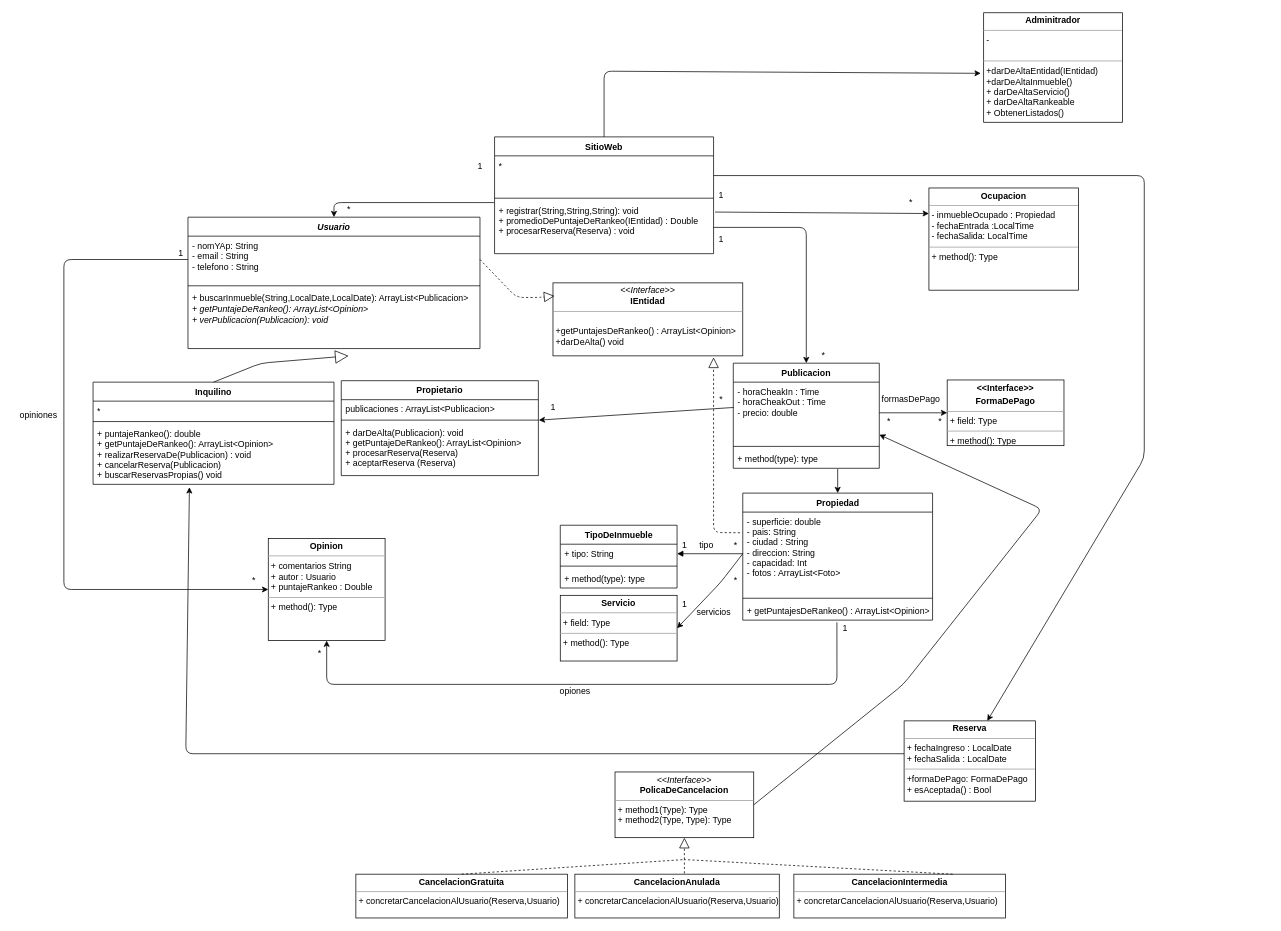
The draw.io diagram UML1.drawio in Nahuel-P/unqui-po2-alquileres-temporales, before the edit. Source tidied: cells renumbered, new cells numbered last; positions are measured from the earlier drawing's top-left corner, leaving out a move shared by most shapes. Both pictures are drawn from the tidied source at 73%, with x=0, y=0 at pixel (12, 12).
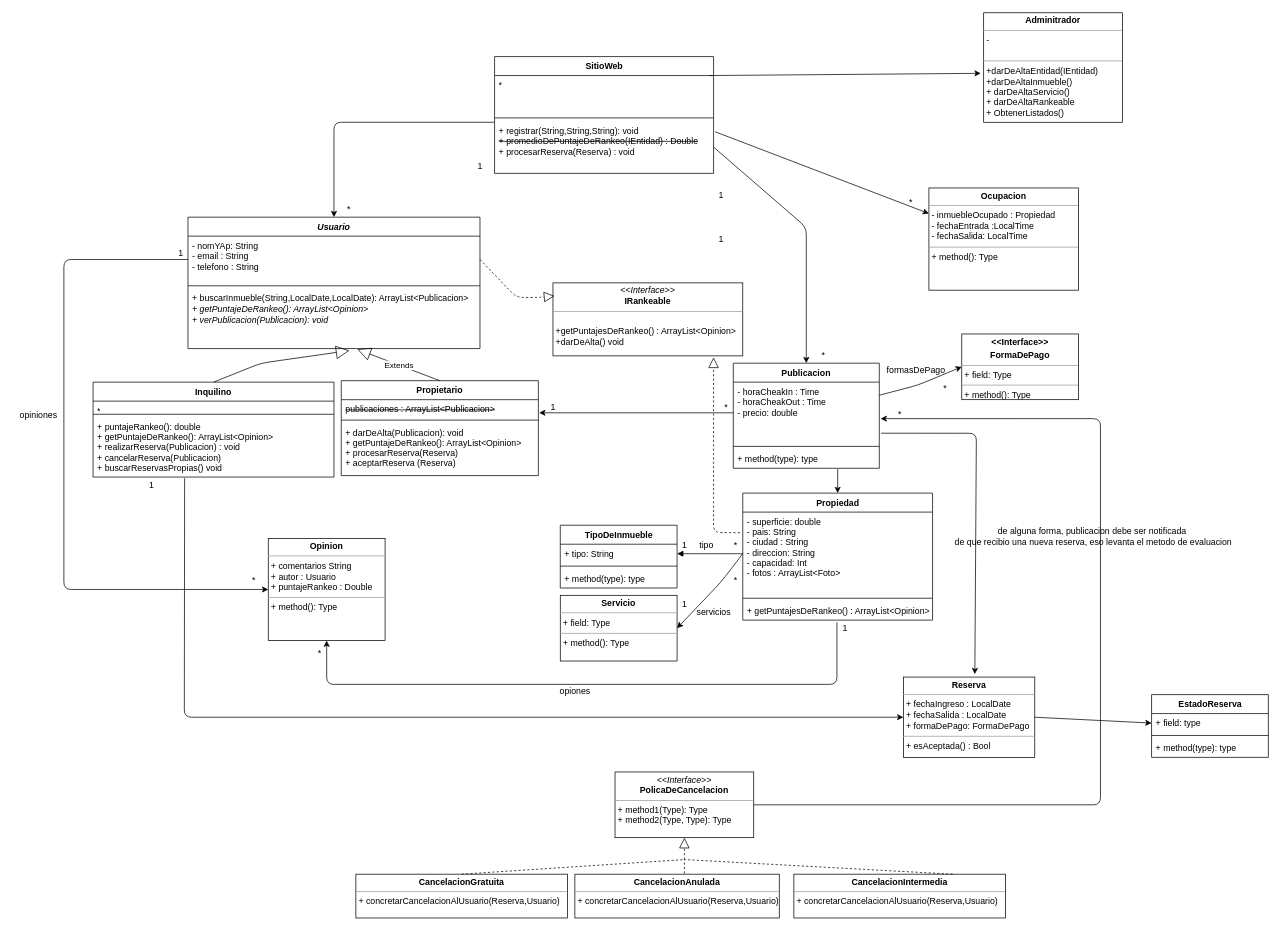
After the change.

Commit message:
Actualizacion UML

The change refers to these unchanged cells:
```xml
<mxCell id="2" value="Usuario" style="swimlane;fontStyle=3;align=center;verticalAlign=top;horizontal=1;startSize=26;" parent="1" vertex="1">
  <mxGeometry x="240" y="280" width="400" height="180" as="geometry" />
</mxCell>
<mxCell id="5" value="+ buscarInmueble(String,LocalDate,LocalDate): ArrayList&amp;lt;Publicacion&amp;gt;&lt;br&gt;&lt;i&gt;+ getPuntajeDeRankeo(): ArrayList&amp;lt;Opinion&amp;gt;&lt;br&gt;+ verPublicacion(Publicacion): void&lt;br&gt;&lt;br&gt;&lt;/i&gt;" style="text;strokeColor=none;fillColor=none;align=left;verticalAlign=top;spacingLeft=4;spacingRight=4;overflow=hidden;points=[[0,0.5],[1,0.5]];portConstraint=eastwest;html=1;" parent="2" vertex="1">
  <mxGeometry y="98" width="400" height="82" as="geometry" />
</mxCell>
<mxCell id="6" value="Propietario" style="swimlane;fontStyle=1;align=center;verticalAlign=top;horizontal=1;startSize=26;" parent="1" vertex="1">
  <mxGeometry x="450" y="504" width="270" height="130" as="geometry" />
</mxCell>
<mxCell id="8" style="line;strokeWidth=1;fillColor=none;align=left;verticalAlign=middle;spacingTop=-1;spacingLeft=3;spacingRight=3;labelPosition=right;points=[];portConstraint=eastwest;" parent="6" vertex="1">
  <mxGeometry y="50" width="270" height="8" as="geometry" />
</mxCell>
<mxCell id="15" value="- horaCheakIn : Time&amp;nbsp;&lt;br&gt;- horaCheakOut : Time&lt;br&gt;- precio: double" style="text;strokeColor=none;fillColor=none;align=left;verticalAlign=top;spacingLeft=4;spacingRight=4;overflow=hidden;points=[[0,0.5],[1,0.5]];portConstraint=eastwest;html=1;" parent="14" vertex="1">
  <mxGeometry y="26" width="200" height="84" as="geometry" />
</mxCell>
<mxCell id="19" value="*" style="text;strokeColor=none;fillColor=none;align=left;verticalAlign=top;spacingLeft=4;spacingRight=4;overflow=hidden;points=[[0,0.5],[1,0.5]];portConstraint=eastwest;html=1;" parent="18" vertex="1">
  <mxGeometry y="26" width="300" height="54" as="geometry" />
</mxCell>
<mxCell id="74" value="&lt;p style=&quot;margin: 0px ; margin-top: 4px ; text-align: center&quot;&gt;&lt;b&gt;Adminitrador&lt;/b&gt;&lt;/p&gt;&lt;hr size=&quot;1&quot;&gt;&lt;p style=&quot;margin: 0px ; margin-left: 4px&quot;&gt;-&lt;/p&gt;&lt;p style=&quot;margin: 0px ; margin-left: 4px&quot;&gt;&lt;br&gt;&lt;/p&gt;&lt;hr size=&quot;1&quot;&gt;&lt;p style=&quot;margin: 0px 0px 0px 4px&quot;&gt;+darDeAltaEntidad(IEntidad)&lt;br&gt;+darDeAltaInmueble()&lt;/p&gt;&lt;p style=&quot;margin: 0px 0px 0px 4px&quot;&gt;+ darDeAltaServicio()&lt;/p&gt;&lt;p style=&quot;margin: 0px 0px 0px 4px&quot;&gt;+ darDeAltaRankeable&lt;/p&gt;&lt;p style=&quot;margin: 0px 0px 0px 4px&quot;&gt;+ ObtenerListados()&lt;/p&gt;" style="verticalAlign=top;align=left;overflow=fill;fontSize=12;fontFamily=Helvetica;html=1;" parent="1" vertex="1">
  <mxGeometry x="1330" width="190" height="150" as="geometry" />
</mxCell>
<mxCell id="76" value="&lt;p style=&quot;margin: 0px ; margin-top: 4px ; text-align: center&quot;&gt;&lt;i&gt;&amp;lt;&amp;lt;Interface&amp;gt;&amp;gt;&lt;/i&gt;&lt;br&gt;&lt;b&gt;PolicaDeCancelacion&lt;/b&gt;&lt;/p&gt;&lt;hr size=&quot;1&quot;&gt;&lt;p style=&quot;margin: 0px ; margin-left: 4px&quot;&gt;&lt;span&gt;+ method1(Type): Type&lt;/span&gt;&lt;br&gt;&lt;/p&gt;&lt;p style=&quot;margin: 0px ; margin-left: 4px&quot;&gt;+ method2(Type, Type): Type&lt;/p&gt;" style="verticalAlign=top;align=left;overflow=fill;fontSize=12;fontFamily=Helvetica;html=1;" parent="1" vertex="1">
  <mxGeometry x="825" y="1040" width="190" height="90" as="geometry" />
</mxCell>
```

Change to the diagram source:
```diff
@@
-    <mxCell id="7" value="publicaciones : ArrayList&amp;lt;Publicacion&amp;gt;" style="text;strokeColor=none;fillColor=none;align=left;verticalAlign=top;spacingLeft=4;spacingRight=4;overflow=hidden;html=1;" parent="6" vertex="1">
+    <mxCell id="7" value="&lt;strike&gt;publicaciones : ArrayList&amp;lt;Publicacion&amp;gt;&lt;/strike&gt;" style="text;strokeColor=none;fillColor=none;align=left;verticalAlign=top;spacingLeft=4;spacingRight=4;overflow=hidden;html=1;" parent="6" vertex="1">
       <mxGeometry y="26" width="270" height="24" as="geometry" />
     </mxCell>
@@
     <mxCell id="10" value="Inquilino" style="swimlane;fontStyle=1;align=center;verticalAlign=top;horizontal=1;startSize=26;" parent="1" vertex="1">
-      <mxGeometry x="110" y="506" width="330" height="140" as="geometry" />
+      <mxGeometry x="110" y="506" width="330" height="130" as="geometry" />
     </mxCell>
     <mxCell id="11" value="*" style="text;strokeColor=none;fillColor=none;align=left;verticalAlign=top;spacingLeft=4;spacingRight=4;overflow=hidden;html=1;" parent="10" vertex="1">
-      <mxGeometry y="26" width="330" height="24" as="geometry" />
+      <mxGeometry y="26" width="330" height="14" as="geometry" />
     </mxCell>
     <mxCell id="12" style="line;strokeWidth=1;fillColor=none;align=left;verticalAlign=middle;spacingTop=-1;spacingLeft=3;spacingRight=3;labelPosition=right;" parent="10" vertex="1">
-      <mxGeometry y="50" width="330" height="8" as="geometry" />
+      <mxGeometry y="40" width="330" height="8" as="geometry" />
     </mxCell>
-    <mxCell id="13" value="+ puntajeRankeo(): double&#10;+ getPuntajeDeRankeo(): ArrayList&lt;Opinion&gt;&#10;+ realizarReservaDe(Publicacion) : void&#10;+ cancelarReserva(Publicacion)&#10;+ buscarReservasPropias() void " style="text;strokeColor=none;fillColor=none;align=left;verticalAlign=top;spacingLeft=4;spacingRight=4;overflow=hidden;points=[[0,0.5],[1,0.5]];portConstraint=eastwest;" parent="10" vertex="1">
-      <mxGeometry y="58" width="330" height="82" as="geometry" />
+    <mxCell id="13" value="+ puntajeRankeo(): double&#10;+ getPuntajeDeRankeo(): ArrayList&lt;Opinion&gt;&#10;+ realizarReserva(Publicacion) : void&#10;+ cancelarReserva(Publicacion)&#10;+ buscarReservasPropias() void " style="text;strokeColor=none;fillColor=none;align=left;verticalAlign=top;spacingLeft=4;spacingRight=4;overflow=hidden;points=[[0,0.5],[1,0.5]];portConstraint=eastwest;" parent="10" vertex="1">
+      <mxGeometry y="48" width="330" height="82" as="geometry" />
     </mxCell>
@@
-    <mxCell id="18" value="SitioWeb" style="swimlane;fontStyle=1;align=center;verticalAlign=top;horizontal=1;startSize=26;" parent="1" vertex="1">
-      <mxGeometry x="660" y="170" width="300" height="160" as="geometry" />
+    <mxCell id="18" value="SitioWeb" style="swimlane;fontStyle=1;align=center;verticalAlign=top;horizontal=1;startSize=26;html=1;" parent="1" vertex="1">
+      <mxGeometry x="660" y="60" width="300" height="160" as="geometry" />
     </mxCell>
@@
-    <mxCell id="21" value="+ registrar(String,String,String): void&#10;+ promedioDePuntajeDeRankeo(IEntidad) : Double&#10;+ procesarReserva(Reserva) : void" style="text;strokeColor=none;fillColor=none;align=left;verticalAlign=top;spacingLeft=4;spacingRight=4;overflow=hidden;points=[[0,0.5],[1,0.5]];portConstraint=eastwest;" parent="18" vertex="1">
+    <mxCell id="21" value="+ registrar(String,String,String): void&lt;br&gt;&lt;strike&gt;+ promedioDePuntajeDeRankeo(IEntidad) : Double&lt;br&gt;&lt;/strike&gt;+ procesarReserva(Reserva) : void" style="text;strokeColor=none;fillColor=none;align=left;verticalAlign=top;spacingLeft=4;spacingRight=4;overflow=hidden;points=[[0,0.5],[1,0.5]];portConstraint=eastwest;html=1;" parent="18" vertex="1">
       <mxGeometry y="88" width="300" height="72" as="geometry" />
     </mxCell>
@@
-    <mxCell id="26" value="&lt;p style=&quot;margin: 0px ; margin-top: 4px ; text-align: center&quot;&gt;&lt;i&gt;&amp;lt;&amp;lt;Interface&amp;gt;&amp;gt;&lt;/i&gt;&lt;br&gt;&lt;b&gt;IEntidad&lt;/b&gt;&lt;/p&gt;&lt;hr size=&quot;1&quot;&gt;&lt;p style=&quot;margin: 0px ; margin-left: 4px&quot;&gt;&lt;br&gt;&lt;/p&gt;&lt;p style=&quot;margin: 0px ; margin-left: 4px&quot;&gt;+getPuntajesDeRankeo() : ArrayList&amp;lt;Opinion&amp;gt;&lt;/p&gt;&lt;p style=&quot;margin: 0px ; margin-left: 4px&quot;&gt;+darDeAlta() void&lt;/p&gt;" style="verticalAlign=top;align=left;overflow=fill;fontSize=12;fontFamily=Helvetica;html=1;" parent="1" vertex="1">
+    <mxCell id="26" value="&lt;p style=&quot;margin: 0px ; margin-top: 4px ; text-align: center&quot;&gt;&lt;i&gt;&amp;lt;&amp;lt;Interface&amp;gt;&amp;gt;&lt;/i&gt;&lt;br&gt;&lt;b&gt;IRankeable&lt;/b&gt;&lt;/p&gt;&lt;hr size=&quot;1&quot;&gt;&lt;p style=&quot;margin: 0px ; margin-left: 4px&quot;&gt;&lt;br&gt;&lt;/p&gt;&lt;p style=&quot;margin: 0px ; margin-left: 4px&quot;&gt;+getPuntajesDeRankeo() : ArrayList&amp;lt;Opinion&amp;gt;&lt;/p&gt;&lt;p style=&quot;margin: 0px ; margin-left: 4px&quot;&gt;+darDeAlta() void&lt;/p&gt;" style="verticalAlign=top;align=left;overflow=fill;fontSize=12;fontFamily=Helvetica;html=1;" parent="1" vertex="1">
       <mxGeometry x="740" y="370" width="260" height="100" as="geometry" />
     </mxCell>
     <mxCell id="27" style="endArrow=classic;html=1;exitX=-0.003;exitY=0.028;exitDx=0;exitDy=0;entryX=0.5;entryY=0;entryDx=0;entryDy=0;exitPerimeter=0;" parent="1" edge="1" source="21" target="2">
       <mxGeometry relative="1" as="geometry">
         <Array as="points">
-          <mxPoint x="440" y="260" />
+          <mxPoint x="440" y="150" />
         </Array>
       </mxGeometry>
     </mxCell>
@@
-    <mxCell id="33" style="endArrow=classic;html=1;exitX=0.002;exitY=0.413;exitDx=0;exitDy=0;entryX=1.002;entryY=0.5;entryDx=0;entryDy=0;exitPerimeter=0;entryPerimeter=0;" parent="1" edge="1" source="15" target="8">
-      <mxGeometry relative="1" as="geometry" />
+    <mxCell id="33" style="endArrow=classic;html=1;exitX=0;exitY=0.5;exitDx=0;exitDy=0;" parent="1" edge="1" source="15">
+      <mxGeometry relative="1" as="geometry">
+        <mxPoint x="721" y="548" as="targetPoint" />
+      </mxGeometry>
     </mxCell>
@@
     <mxCell id="35" value="*" style="text;html=1;align=center;verticalAlign=middle;" parent="1" vertex="1">
-      <mxGeometry x="960" y="520" width="20" height="20" as="geometry" />
+      <mxGeometry x="967" y="530" width="20" height="20" as="geometry" />
     </mxCell>
@@
     <mxCell id="52" value="&lt;p style=&quot;margin: 0px ; margin-top: 4px ; text-align: center&quot;&gt;&lt;b&gt;&amp;lt;&amp;lt;Interface&amp;gt;&amp;gt;&lt;/b&gt;&lt;/p&gt;&lt;p style=&quot;margin: 0px ; margin-top: 4px ; text-align: center&quot;&gt;&lt;b&gt;FormaDePago&lt;/b&gt;&lt;/p&gt;&lt;hr size=&quot;1&quot;&gt;&lt;p style=&quot;margin: 0px ; margin-left: 4px&quot;&gt;+ field: Type&lt;/p&gt;&lt;hr size=&quot;1&quot;&gt;&lt;p style=&quot;margin: 0px ; margin-left: 4px&quot;&gt;+ method(): Type&lt;/p&gt;" style="verticalAlign=top;align=left;overflow=fill;fontSize=12;fontFamily=Helvetica;html=1;" parent="1" vertex="1">
-      <mxGeometry x="1280" y="503" width="160" height="90" as="geometry" />
+      <mxGeometry x="1300" y="440" width="160" height="90" as="geometry" />
     </mxCell>
-    <mxCell id="53" style="endArrow=classic;html=1;entryX=0;entryY=0.5;entryDx=0;entryDy=0;exitX=1;exitY=0.5;exitDx=0;exitDy=0;" parent="1" edge="1" source="15" target="52">
-      <mxGeometry relative="1" as="geometry" />
+    <mxCell id="53" style="endArrow=classic;html=1;exitX=1;exitY=0.214;exitDx=0;exitDy=0;exitPerimeter=0;entryX=0;entryY=0.5;entryDx=0;entryDy=0;" parent="1" edge="1" source="15" target="52">
+      <mxGeometry relative="1" as="geometry">
+        <Array as="points">
+          <mxPoint x="1240" y="510" />
+        </Array>
+      </mxGeometry>
     </mxCell>
     <mxCell id="54" value="formasDePago" style="text;html=1;align=center;verticalAlign=middle;" parent="1" vertex="1">
-      <mxGeometry x="1180" y="520" width="100" height="20" as="geometry" />
+      <mxGeometry x="1187" y="480" width="100" height="20" as="geometry" />
     </mxCell>
     <mxCell id="55" value="*" style="text;html=1;align=center;verticalAlign=middle;" parent="1" vertex="1">
-      <mxGeometry x="1260" y="550" width="20" height="20" as="geometry" />
+      <mxGeometry x="1267" y="504" width="20" height="20" as="geometry" />
     </mxCell>
     <mxCell id="56" value="*" style="text;html=1;align=center;verticalAlign=middle;" parent="1" vertex="1">
-      <mxGeometry x="1190" y="550" width="20" height="20" as="geometry" />
+      <mxGeometry x="1205" y="540" width="20" height="20" as="geometry" />
     </mxCell>
@@
-    <mxCell id="66" style="endArrow=classic;html=1;entryX=0.4;entryY=1.048;entryDx=0;entryDy=0;entryPerimeter=0;" parent="1" edge="1" target="13">
-      <mxGeometry relative="1" as="geometry">
-        <mxPoint x="1228" y="1015" as="sourcePoint" />
-        <Array as="points">
-          <mxPoint x="237" y="1015" />
-        </Array>
-      </mxGeometry>
-    </mxCell>
-    <mxCell id="67" style="endArrow=classic;html=1;entryX=0.5;entryY=0;entryDx=0;entryDy=0;exitX=1;exitY=0.5;exitDx=0;exitDy=0;" parent="1" edge="1" source="19">
-      <mxGeometry relative="1" as="geometry">
-        <mxPoint x="1335" y="970" as="targetPoint" />
-        <Array as="points">
-          <mxPoint x="1550" y="223" />
-          <mxPoint x="1550" y="610" />
-        </Array>
-      </mxGeometry>
-    </mxCell>
@@
-    <mxCell id="70" value="&lt;p style=&quot;margin: 0px ; margin-top: 4px ; text-align: center&quot;&gt;&lt;b&gt;Reserva&lt;/b&gt;&lt;/p&gt;&lt;hr size=&quot;1&quot;&gt;&lt;p style=&quot;margin: 0px ; margin-left: 4px&quot;&gt;+ fechaIngreso : LocalDate&lt;br&gt;+ fechaSalida : LocalDate&lt;/p&gt;&lt;hr size=&quot;1&quot;&gt;&lt;p style=&quot;margin: 0px 0px 0px 4px&quot;&gt;+formaDePago: FormaDePago&lt;/p&gt;&lt;p style=&quot;margin: 0px 0px 0px 4px&quot;&gt;&lt;/p&gt;&lt;p style=&quot;margin: 0px 0px 0px 4px&quot;&gt;+ esAceptada() : Bool&lt;/p&gt;" style="verticalAlign=top;align=left;overflow=fill;fontSize=12;fontFamily=Helvetica;html=1;" parent="1" vertex="1">
-      <mxGeometry x="1221" y="970" width="180" height="110" as="geometry" />
+    <mxCell id="70" value="&lt;p style=&quot;margin: 0px ; margin-top: 4px ; text-align: center&quot;&gt;&lt;b&gt;Reserva&lt;/b&gt;&lt;/p&gt;&lt;hr size=&quot;1&quot;&gt;&lt;p style=&quot;margin: 0px ; margin-left: 4px&quot;&gt;+ fechaIngreso : LocalDate&lt;br&gt;+ fechaSalida : LocalDate&lt;/p&gt;&lt;p style=&quot;margin: 0px ; margin-left: 4px&quot;&gt;&lt;span style=&quot;font-family: &amp;#34;helvetica&amp;#34;&quot;&gt;+ formaDePago: FormaDePago&lt;/span&gt;&lt;/p&gt;&lt;hr size=&quot;1&quot;&gt;&lt;p style=&quot;margin: 0px 0px 0px 4px&quot;&gt;&lt;span&gt;+ esAceptada() : Bool&lt;/span&gt;&lt;br&gt;&lt;/p&gt;" style="verticalAlign=top;align=left;overflow=fill;fontSize=12;fontFamily=Helvetica;html=1;" parent="1" vertex="1">
+      <mxGeometry x="1220" y="910" width="180" height="110" as="geometry" />
     </mxCell>
@@
-    <mxCell id="73" style="endArrow=block;endSize=16;endFill=0;html=1;exitX=0.5;exitY=0;exitDx=0;exitDy=0;" parent="1" edge="1" source="10">
+    <mxCell id="73" style="endArrow=block;endSize=16;endFill=0;html=1;exitX=0.5;exitY=0;exitDx=0;exitDy=0;entryX=0.553;entryY=1.033;entryDx=0;entryDy=0;entryPerimeter=0;" parent="1" edge="1" source="10" target="5">
       <mxGeometry relative="1" as="geometry">
-        <mxPoint x="460" y="470" as="targetPoint" />
         <Array as="points">
           <mxPoint x="340" y="480" />
         </Array>
       </mxGeometry>
     </mxCell>
@@
-    <mxCell id="75" style="endArrow=classic;html=1;entryX=-0.021;entryY=0.553;entryDx=0;entryDy=0;exitX=0.5;exitY=0;exitDx=0;exitDy=0;entryPerimeter=0;" parent="1" edge="1" source="18" target="74">
-      <mxGeometry relative="1" as="geometry">
-        <Array as="points">
-          <mxPoint x="810" y="80" />
-        </Array>
-      </mxGeometry>
+    <mxCell id="75" style="endArrow=classic;html=1;entryX=-0.021;entryY=0.553;entryDx=0;entryDy=0;exitX=0.98;exitY=0;exitDx=0;exitDy=0;entryPerimeter=0;exitPerimeter=0;" parent="1" edge="1" source="19" target="74">
+      <mxGeometry relative="1" as="geometry" />
     </mxCell>
@@
-    <mxCell id="84" style="endArrow=classic;html=1;exitX=1;exitY=0.5;exitDx=0;exitDy=0;entryX=1;entryY=0.857;entryDx=0;entryDy=0;entryPerimeter=0;" parent="1" edge="1" source="76" target="15">
+    <mxCell id="84" style="endArrow=classic;html=1;exitX=1;exitY=0.5;exitDx=0;exitDy=0;entryX=1.009;entryY=0.595;entryDx=0;entryDy=0;entryPerimeter=0;" parent="1" edge="1" source="76" target="15">
       <mxGeometry relative="1" as="geometry">
         <Array as="points">
-          <mxPoint x="1220" y="920" />
-          <mxPoint x="1410" y="680" />
+          <mxPoint x="1490" y="1085" />
+          <mxPoint x="1490" y="556" />
         </Array>
       </mxGeometry>
     </mxCell>
+    <mxCell id="85" value="Extends" style="endArrow=block;endSize=16;endFill=0;html=1;entryX=0.58;entryY=1.012;entryDx=0;entryDy=0;entryPerimeter=0;exitX=0.5;exitY=0;exitDx=0;exitDy=0;" parent="1" edge="1" source="6" target="5">
+      <mxGeometry relative="1" as="geometry" />
+    </mxCell>
+    <mxCell id="86" style="endArrow=classic;html=1;exitX=1.013;exitY=0.833;exitDx=0;exitDy=0;exitPerimeter=0;entryX=0.544;entryY=-0.036;entryDx=0;entryDy=0;entryPerimeter=0;" parent="1" edge="1" source="15" target="70">
+      <mxGeometry relative="1" as="geometry">
+        <Array as="points">
+          <mxPoint x="1320" y="576" />
+        </Array>
+      </mxGeometry>
+    </mxCell>
+    <mxCell id="87" value="1" style="text;html=1;align=center;verticalAlign=middle;" parent="1" vertex="1">
+      <mxGeometry x="180" y="638" width="20" height="20" as="geometry" />
+    </mxCell>
+    <mxCell id="88" style="endArrow=classic;html=1;exitX=0.38;exitY=1.02;exitDx=0;exitDy=0;exitPerimeter=0;entryX=0;entryY=0.5;entryDx=0;entryDy=0;" parent="1" edge="1" source="13" target="70">
+      <mxGeometry relative="1" as="geometry">
+        <Array as="points">
+          <mxPoint x="235" y="965" />
+        </Array>
+      </mxGeometry>
+    </mxCell>
+    <mxCell id="89" style="endArrow=classic;html=1;exitX=1;exitY=0.5;exitDx=0;exitDy=0;entryX=0;entryY=0.5;entryDx=0;entryDy=0;" parent="1" edge="1" source="70" target="91">
+      <mxGeometry relative="1" as="geometry" />
+    </mxCell>
+    <mxCell id="90" value="EstadoReserva" style="swimlane;fontStyle=1;align=center;verticalAlign=top;horizontal=1;startSize=26;html=1;" parent="1" vertex="1">
+      <mxGeometry x="1560" y="934" width="160" height="86" as="geometry" />
+    </mxCell>
+    <mxCell id="91" value="+ field: type" style="text;strokeColor=none;fillColor=none;align=left;verticalAlign=top;spacingLeft=4;spacingRight=4;overflow=hidden;points=[[0,0.5],[1,0.5]];portConstraint=eastwest;" parent="90" vertex="1">
+      <mxGeometry y="26" width="160" height="26" as="geometry" />
+    </mxCell>
+    <mxCell id="92" style="line;strokeWidth=1;fillColor=none;align=left;verticalAlign=middle;spacingTop=-1;spacingLeft=3;spacingRight=3;labelPosition=right;" parent="90" vertex="1">
+      <mxGeometry y="52" width="160" height="8" as="geometry" />
+    </mxCell>
+    <mxCell id="93" value="+ method(type): type" style="text;strokeColor=none;fillColor=none;align=left;verticalAlign=top;spacingLeft=4;spacingRight=4;overflow=hidden;" parent="90" vertex="1">
+      <mxGeometry y="60" width="160" height="26" as="geometry" />
+    </mxCell>
+    <mxCell id="94" value="de alguna forma, publicacion debe ser notificada&amp;nbsp;&lt;br&gt;de que recibio una nueva reserva, eso levanta el metodo de evaluacion" style="text;html=1;align=center;verticalAlign=middle;" parent="1" vertex="1">
+      <mxGeometry x="1280" y="702" width="400" height="30" as="geometry" />
+    </mxCell>
```
